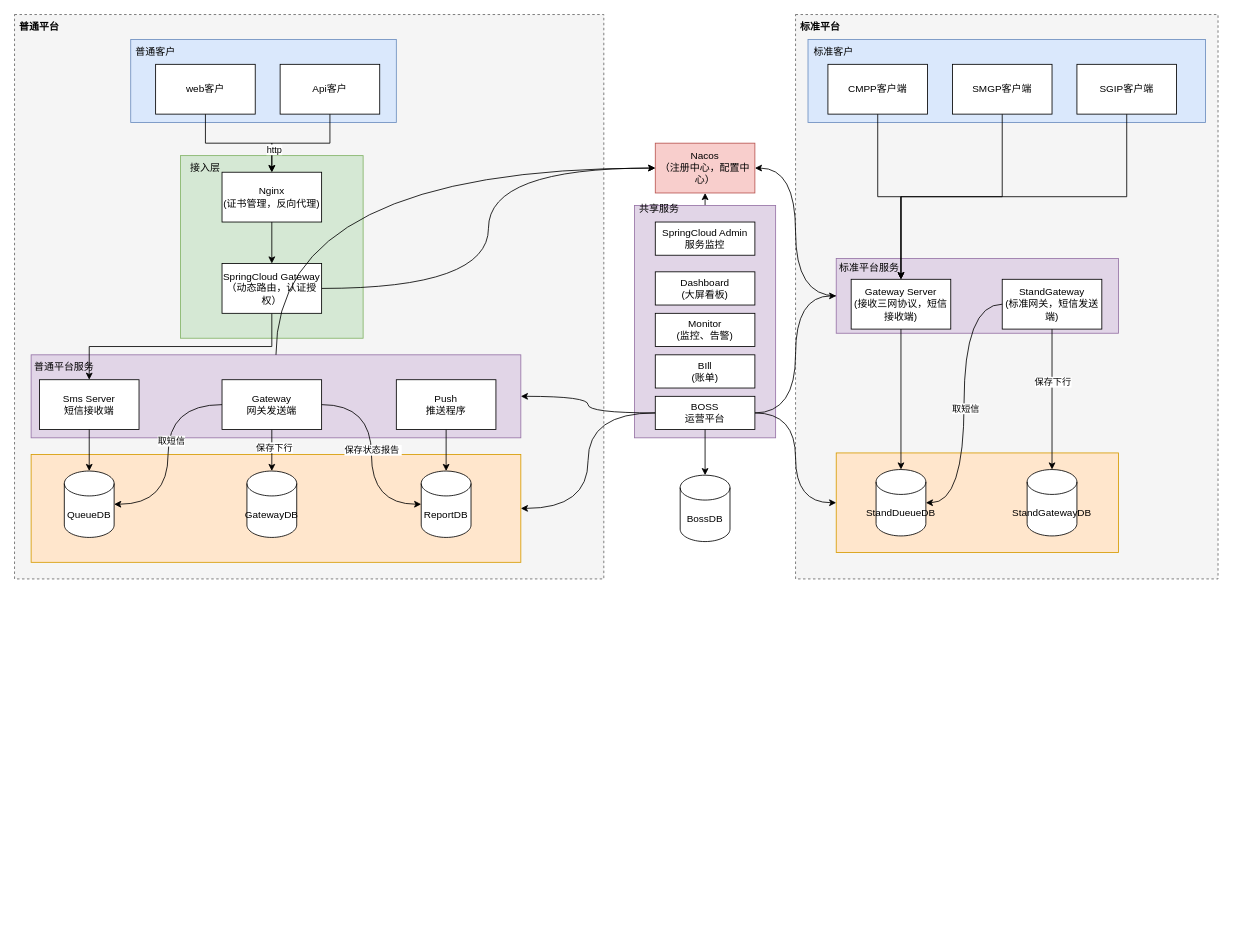
This is 秒信云平台架构.drawio from sinfar/draw, a draw.io file, before an edit. Source tidied: cells renumbered, new cells numbered last; positions are measured from the earlier drawing's top-left corner, leaving out a move shared by most shapes. Both pictures are drawn from the tidied source at 83%, with x=0, y=0 at pixel (14, 14).
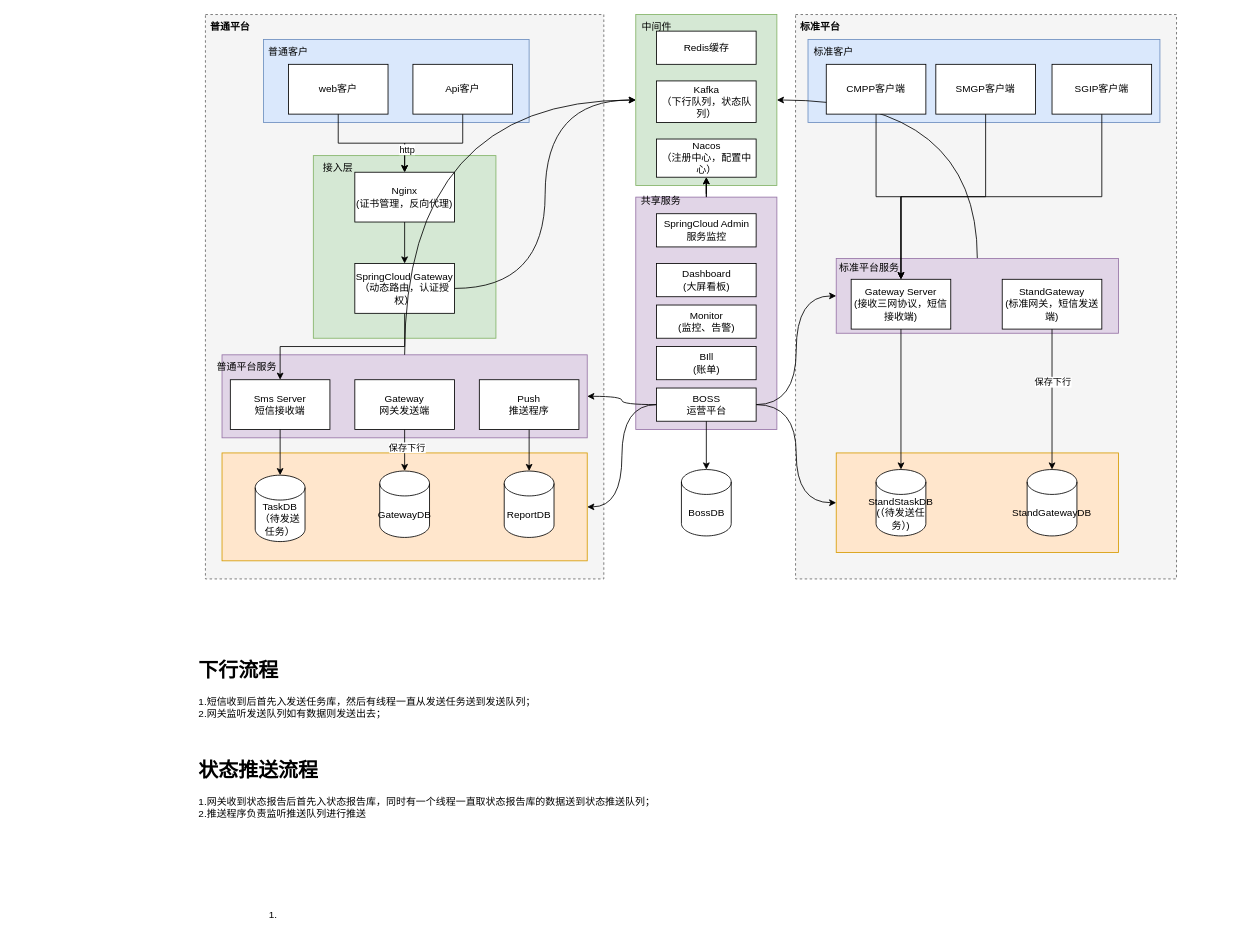
After the change.

Commit message (it also covers changes not shown here):
更新秒信云平台架构.drawio

The change refers to these unchanged cells:
```xml
<mxCell id="6" style="rounded=0;whiteSpace=wrap;html=1;fillColor=#e1d5e7;strokeColor=#9673a6;" parent="1" vertex="1">
  <mxGeometry x="990" y="294" width="340" height="90" as="geometry" />
</mxCell>
<mxCell id="64" value="StandGateway&lt;br&gt;(标准网关，短信发送端)" style="rounded=0;whiteSpace=wrap;html=1;" parent="1" vertex="1">
  <mxGeometry x="1190" y="319" width="120" height="60" as="geometry" />
</mxCell>
```

What changed in the source:
```diff
@@
+    <mxCell id="74" style="rounded=0;whiteSpace=wrap;html=1;fillColor=#d5e8d4;strokeColor=#82b366;" parent="1" vertex="1">
+      <mxGeometry x="748.5" width="170" height="206" as="geometry" />
+    </mxCell>
     <mxCell id="2" style="rounded=0;whiteSpace=wrap;html=1;fillColor=#f5f5f5;fontColor=#333333;strokeColor=#666666;dashed=1;" parent="1" vertex="1">
-      <mxGeometry x="941" width="509" height="680" as="geometry" />
+      <mxGeometry x="941" width="459" height="680" as="geometry" />
     </mxCell>
     <mxCell id="3" style="rounded=0;whiteSpace=wrap;html=1;fillColor=#dae8fc;strokeColor=#6c8ebf;" parent="1" vertex="1">
-      <mxGeometry x="956" y="30" width="479" height="100" as="geometry" />
+      <mxGeometry x="956" y="30" width="424" height="100" as="geometry" />
     </mxCell>
@@
-    <mxCell id="5" style="edgeStyle=orthogonalEdgeStyle;rounded=0;jettySize=auto;html=1;exitX=0;exitY=0.5;exitDx=0;exitDy=0;entryX=1;entryY=0.5;entryDx=0;entryDy=0;elbow=vertical;curved=1;" parent="1" edge="1" source="6" target="25">
-      <mxGeometry relative="1" as="geometry" />
-    </mxCell>
+    <mxCell id="75" style="edgeStyle=orthogonalEdgeStyle;rounded=0;jettySize=auto;html=1;exitX=0.5;exitY=0;exitDx=0;exitDy=0;entryX=1;entryY=0.5;entryDx=0;entryDy=0;elbow=vertical;curved=1;" parent="1" edge="1" source="6" target="74">
+      <mxGeometry relative="1" as="geometry" />
+    </mxCell>
@@
     <mxCell id="8" style="rounded=0;whiteSpace=wrap;html=1;fillColor=#e1d5e7;strokeColor=#9673a6;" parent="1" vertex="1">
-      <mxGeometry x="747" y="230" width="170" height="280" as="geometry" />
+      <mxGeometry x="748.5" y="220" width="170" height="280" as="geometry" />
     </mxCell>
     <mxCell id="9" style="rounded=0;whiteSpace=wrap;html=1;fillColor=#f5f5f5;fontColor=#333333;strokeColor=#666666;dashed=1;" parent="1" vertex="1">
-      <mxGeometry width="710" height="680" as="geometry" />
+      <mxGeometry x="230" width="480" height="680" as="geometry" />
     </mxCell>
     <mxCell id="10" style="rounded=0;whiteSpace=wrap;html=1;fillColor=#ffe6cc;strokeColor=#d79b00;" parent="1" vertex="1">
-      <mxGeometry x="20" y="530" width="590" height="130" as="geometry" />
+      <mxGeometry x="250" y="528.2" width="440" height="130" as="geometry" />
     </mxCell>
     <mxCell id="11" style="rounded=0;whiteSpace=wrap;html=1;fillColor=#e1d5e7;strokeColor=#9673a6;" parent="1" vertex="1">
-      <mxGeometry x="20" y="410" width="590" height="100" as="geometry" />
+      <mxGeometry x="250" y="410" width="440" height="100" as="geometry" />
     </mxCell>
     <mxCell id="12" style="rounded=0;whiteSpace=wrap;html=1;fillColor=#d5e8d4;strokeColor=#82b366;" parent="1" vertex="1">
-      <mxGeometry x="200" y="170" width="220" height="220" as="geometry" />
+      <mxGeometry x="360" y="170" width="220" height="220" as="geometry" />
     </mxCell>
     <mxCell id="13" style="rounded=0;whiteSpace=wrap;html=1;fillColor=#dae8fc;strokeColor=#6c8ebf;" parent="1" vertex="1">
-      <mxGeometry x="140" y="30" width="320" height="100" as="geometry" />
+      <mxGeometry x="300" y="30" width="320" height="100" as="geometry" />
     </mxCell>
@@
     <mxCell id="15" value="web客户" style="rounded=0;whiteSpace=wrap;html=1;" parent="1" vertex="1">
-      <mxGeometry x="170" y="60" width="120" height="60" as="geometry" />
+      <mxGeometry x="330" y="60" width="120" height="60" as="geometry" />
     </mxCell>
@@
     <mxCell id="18" value="Api客户" style="rounded=0;whiteSpace=wrap;html=1;" parent="1" vertex="1">
-      <mxGeometry x="320" y="60" width="120" height="60" as="geometry" />
+      <mxGeometry x="480" y="60" width="120" height="60" as="geometry" />
     </mxCell>
@@
     <mxCell id="20" value="Nginx&lt;br&gt;(证书管理，反向代理)" style="rounded=0;whiteSpace=wrap;html=1;" parent="1" vertex="1">
-      <mxGeometry x="250" y="190" width="120" height="60" as="geometry" />
+      <mxGeometry x="410" y="190" width="120" height="60" as="geometry" />
     </mxCell>
-    <mxCell id="21" style="edgeStyle=orthogonalEdgeStyle;rounded=0;jettySize=auto;html=1;exitX=1;exitY=0.5;exitDx=0;exitDy=0;entryX=0;entryY=0.5;entryDx=0;entryDy=0;elbow=vertical;curved=1;" parent="1" edge="1" source="23" target="25">
+    <mxCell id="21" style="edgeStyle=orthogonalEdgeStyle;rounded=0;jettySize=auto;html=1;exitX=1;exitY=0.5;exitDx=0;exitDy=0;entryX=0;entryY=0.5;entryDx=0;entryDy=0;elbow=vertical;curved=1;" parent="1" edge="1" source="23" target="74">
       <mxGeometry relative="1" as="geometry" />
     </mxCell>
@@
     <mxCell id="23" value="SpringCloud Gateway&lt;br&gt;（动态路由，认证授权）" style="rounded=0;whiteSpace=wrap;html=1;" parent="1" vertex="1">
-      <mxGeometry x="250" y="300" width="120" height="60" as="geometry" />
+      <mxGeometry x="410" y="300" width="120" height="60" as="geometry" />
     </mxCell>
     <mxCell id="24" value="Sms Server&lt;br&gt;短信接收端" style="rounded=0;whiteSpace=wrap;html=1;" parent="1" vertex="1">
-      <mxGeometry x="30" y="440" width="120" height="60" as="geometry" />
+      <mxGeometry x="260" y="440" width="120" height="60" as="geometry" />
     </mxCell>
-    <mxCell id="25" value="Nacos&lt;br&gt;（注册中心，配置中心）" style="rounded=0;whiteSpace=wrap;html=1;fillColor=#f8cecc;strokeColor=#b85450;" parent="1" vertex="1">
-      <mxGeometry x="772" y="155" width="120" height="60" as="geometry" />
+    <mxCell id="25" value="Nacos&lt;br&gt;（注册中心，配置中心）" style="rounded=0;whiteSpace=wrap;html=1;" parent="1" vertex="1">
+      <mxGeometry x="773.5" y="150" width="120" height="46" as="geometry" />
     </mxCell>
-    <mxCell id="26" value="QueueDB" style="shape=cylinder3;whiteSpace=wrap;html=1;boundedLbl=1;backgroundOutline=1;size=15;" parent="1" vertex="1">
-      <mxGeometry x="60" y="550" width="60" height="80" as="geometry" />
+    <mxCell id="26" value="TaskDB&lt;br&gt;（待发送任务）" style="shape=cylinder3;whiteSpace=wrap;html=1;boundedLbl=1;backgroundOutline=1;size=15;" parent="1" vertex="1">
+      <mxGeometry x="290" y="555" width="60" height="80" as="geometry" />
     </mxCell>
@@
     <mxCell id="30" value="Gateway&lt;br&gt;网关发送端" style="rounded=0;whiteSpace=wrap;html=1;" parent="1" vertex="1">
-      <mxGeometry x="250" y="440" width="120" height="60" as="geometry" />
+      <mxGeometry x="410" y="440" width="120" height="60" as="geometry" />
     </mxCell>
     <mxCell id="31" value="ReportDB" style="shape=cylinder3;whiteSpace=wrap;html=1;boundedLbl=1;backgroundOutline=1;size=15;" parent="1" vertex="1">
-      <mxGeometry x="490" y="550" width="60" height="80" as="geometry" />
+      <mxGeometry x="590" y="550" width="60" height="80" as="geometry" />
     </mxCell>
     <mxCell id="32" value="GatewayDB" style="shape=cylinder3;whiteSpace=wrap;html=1;boundedLbl=1;backgroundOutline=1;size=15;" parent="1" vertex="1">
-      <mxGeometry x="280" y="550" width="60" height="80" as="geometry" />
+      <mxGeometry x="440" y="550" width="60" height="80" as="geometry" />
     </mxCell>
     <mxCell id="33" value="BossDB" style="shape=cylinder3;whiteSpace=wrap;html=1;boundedLbl=1;backgroundOutline=1;size=15;" parent="1" vertex="1">
-      <mxGeometry x="802" y="555" width="60" height="80" as="geometry" />
+      <mxGeometry x="803.5" y="548.2" width="60" height="80" as="geometry" />
     </mxCell>
@@
     <mxCell id="35" value="Push&lt;br&gt;推送程序" style="rounded=0;whiteSpace=wrap;html=1;" parent="1" vertex="1">
-      <mxGeometry x="460" y="440" width="120" height="60" as="geometry" />
+      <mxGeometry x="560" y="440" width="120" height="60" as="geometry" />
     </mxCell>
     <mxCell id="36" value="普通客户" style="text;html=1;align=center;verticalAlign=middle;whiteSpace=wrap;rounded=0;" parent="1" vertex="1">
-      <mxGeometry x="140" y="30" width="60" height="30" as="geometry" />
+      <mxGeometry x="300" y="30" width="60" height="30" as="geometry" />
     </mxCell>
     <mxCell id="37" value="普通平台" style="text;html=1;align=center;verticalAlign=middle;whiteSpace=wrap;rounded=0;fontStyle=1;" parent="1" vertex="1">
-      <mxGeometry width="60" height="30" as="geometry" />
+      <mxGeometry x="230" width="60" height="30" as="geometry" />
     </mxCell>
@@
     <mxCell id="40" value="CMPP客户端" style="rounded=0;whiteSpace=wrap;html=1;" parent="1" vertex="1">
-      <mxGeometry x="980" y="60" width="120" height="60" as="geometry" />
+      <mxGeometry x="978" y="60" width="120" height="60" as="geometry" />
     </mxCell>
@@
     <mxCell id="42" value="SMGP客户端" style="rounded=0;whiteSpace=wrap;html=1;" parent="1" vertex="1">
-      <mxGeometry x="1130" y="60" width="120" height="60" as="geometry" />
+      <mxGeometry x="1110" y="60" width="120" height="60" as="geometry" />
     </mxCell>
@@
     <mxCell id="44" value="SGIP客户端" style="rounded=0;whiteSpace=wrap;html=1;" parent="1" vertex="1">
-      <mxGeometry x="1280" y="60" width="120" height="60" as="geometry" />
+      <mxGeometry x="1250" y="60" width="120" height="60" as="geometry" />
     </mxCell>
@@
     <mxCell id="50" value="BOSS&lt;br&gt;运营平台" style="rounded=0;whiteSpace=wrap;html=1;" parent="1" vertex="1">
-      <mxGeometry x="772" y="460" width="120" height="40" as="geometry" />
+      <mxGeometry x="773.5" y="450" width="120" height="40" as="geometry" />
     </mxCell>
     <mxCell id="51" value="Monitor&lt;br&gt;(监控、告警)" style="rounded=0;whiteSpace=wrap;html=1;" parent="1" vertex="1">
-      <mxGeometry x="772" y="360" width="120" height="40" as="geometry" />
+      <mxGeometry x="773.5" y="350" width="120" height="40" as="geometry" />
     </mxCell>
     <mxCell id="52" value="BIll&lt;br&gt;(账单)" style="rounded=0;whiteSpace=wrap;html=1;" parent="1" vertex="1">
-      <mxGeometry x="772" y="410" width="120" height="40" as="geometry" />
+      <mxGeometry x="773.5" y="400" width="120" height="40" as="geometry" />
     </mxCell>
     <mxCell id="53" value="Dashboard&lt;br&gt;(大屏看板)" style="rounded=0;whiteSpace=wrap;html=1;" parent="1" vertex="1">
-      <mxGeometry x="772" y="310" width="120" height="40" as="geometry" />
+      <mxGeometry x="773.5" y="300" width="120" height="40" as="geometry" />
     </mxCell>
     <mxCell id="54" value="接入层" style="text;html=1;align=center;verticalAlign=middle;whiteSpace=wrap;rounded=0;" parent="1" vertex="1">
-      <mxGeometry x="200" y="170" width="60" height="30" as="geometry" />
+      <mxGeometry x="360" y="170" width="60" height="30" as="geometry" />
     </mxCell>
-    <mxCell id="55" style="edgeStyle=orthogonalEdgeStyle;rounded=0;jettySize=auto;html=1;exitX=0;exitY=0.5;exitDx=0;exitDy=0;entryX=1;entryY=0.5;entryDx=0;entryDy=0;entryPerimeter=0;curved=1;" parent="1" edge="1" source="30" target="26">
-      <mxGeometry relative="1" as="geometry" />
-    </mxCell>
-    <mxCell id="56" value="取短信" style="edgeLabel;html=1;align=center;verticalAlign=middle;" parent="55" vertex="1">
-      <mxGeometry x="-0.14" y="3" relative="1" as="geometry" />
-    </mxCell>
-    <mxCell id="57" style="edgeStyle=orthogonalEdgeStyle;rounded=0;jettySize=auto;html=1;exitX=1;exitY=0.5;exitDx=0;exitDy=0;entryX=0;entryY=0.5;entryDx=0;entryDy=0;entryPerimeter=0;curved=1;" parent="1" edge="1" source="30" target="31">
-      <mxGeometry relative="1" as="geometry" />
-    </mxCell>
-    <mxCell id="58" value="保存状态报告&amp;nbsp;" style="edgeLabel;html=1;align=center;verticalAlign=middle;" parent="57" vertex="1">
-      <mxGeometry x="-0.05" y="1" relative="1" as="geometry" />
-    </mxCell>
     <mxCell id="59" value="共享服务" style="text;html=1;align=center;verticalAlign=middle;whiteSpace=wrap;rounded=0;" parent="1" vertex="1">
-      <mxGeometry x="747" y="220" width="60" height="30" as="geometry" />
+      <mxGeometry x="748.5" y="210" width="60" height="30" as="geometry" />
     </mxCell>
     <mxCell id="60" value="普通平台服务" style="text;html=1;align=center;verticalAlign=middle;whiteSpace=wrap;rounded=0;" parent="1" vertex="1">
-      <mxGeometry x="10" y="410" width="100" height="30" as="geometry" />
+      <mxGeometry x="230" y="410" width="100" height="30" as="geometry" />
     </mxCell>
@@
-    <mxCell id="62" style="edgeStyle=orthogonalEdgeStyle;rounded=0;jettySize=auto;html=1;exitX=0.5;exitY=0;exitDx=0;exitDy=0;entryX=0;entryY=0.5;entryDx=0;entryDy=0;elbow=vertical;curved=1;" parent="1" edge="1" source="11" target="25">
-      <mxGeometry relative="1" as="geometry" />
-    </mxCell>
+    <mxCell id="76" style="edgeStyle=orthogonalEdgeStyle;rounded=0;jettySize=auto;html=1;exitX=0.5;exitY=0;exitDx=0;exitDy=0;" parent="1" edge="1" source="8" target="25">
+      <mxGeometry relative="1" as="geometry" />
+    </mxCell>
     <mxCell id="63" value="SpringCloud Admin&lt;br&gt;服务监控" style="rounded=0;whiteSpace=wrap;html=1;" parent="1" vertex="1">
-      <mxGeometry x="772" y="250" width="120" height="40" as="geometry" />
+      <mxGeometry x="773.5" y="240" width="120" height="40" as="geometry" />
     </mxCell>
@@
-    <mxCell id="65" value="StandDueueDB" style="shape=cylinder3;whiteSpace=wrap;html=1;boundedLbl=1;backgroundOutline=1;size=15;" parent="1" vertex="1">
+    <mxCell id="65" value="StandStaskDB&lt;br&gt;(（待发送任务）)" style="shape=cylinder3;whiteSpace=wrap;html=1;boundedLbl=1;backgroundOutline=1;size=15;" parent="1" vertex="1">
       <mxGeometry x="1038" y="548.2" width="60" height="80" as="geometry" />
     </mxCell>
@@
-    <mxCell id="70" style="edgeStyle=orthogonalEdgeStyle;rounded=0;jettySize=auto;html=1;exitX=0;exitY=0.5;exitDx=0;exitDy=0;entryX=1;entryY=0.5;entryDx=0;entryDy=0;entryPerimeter=0;curved=1;" parent="1" edge="1" source="64" target="65">
-      <mxGeometry relative="1" as="geometry" />
-    </mxCell>
-    <mxCell id="71" value="取短信" style="edgeLabel;html=1;align=center;verticalAlign=middle;" parent="70" vertex="1">
-      <mxGeometry x="0.03" y="1" relative="1" as="geometry" />
-    </mxCell>
@@
+    <mxCell id="77" value="Kafka&lt;br&gt;（下行队列，状态队列）" style="rounded=0;whiteSpace=wrap;html=1;" parent="1" vertex="1">
+      <mxGeometry x="773.5" y="80" width="120" height="50" as="geometry" />
+    </mxCell>
+    <mxCell id="78" value="Redis缓存" style="rounded=0;whiteSpace=wrap;html=1;" parent="1" vertex="1">
+      <mxGeometry x="773.5" y="20" width="120" height="40" as="geometry" />
+    </mxCell>
+    <mxCell id="79" value="中间件" style="text;html=1;align=center;verticalAlign=middle;whiteSpace=wrap;rounded=0;" parent="1" vertex="1">
+      <mxGeometry x="743.5" width="60" height="30" as="geometry" />
+    </mxCell>
+    <mxCell id="80" style="edgeStyle=orthogonalEdgeStyle;rounded=0;jettySize=auto;html=1;exitX=0.5;exitY=0;exitDx=0;exitDy=0;entryX=0;entryY=0.5;entryDx=0;entryDy=0;curved=1;" parent="1" edge="1" source="11" target="74">
+      <mxGeometry relative="1" as="geometry" />
+    </mxCell>
+    <mxCell id="81" value="&lt;ol&gt;&lt;li&gt;&lt;br&gt;&lt;/li&gt;&lt;/ol&gt;" style="text;html=1;align=center;verticalAlign=middle;whiteSpace=wrap;rounded=0;" parent="1" vertex="1">
+      <mxGeometry x="50" y="1070" width="500" height="30" as="geometry" />
+    </mxCell>
+    <mxCell id="82" value="&lt;h1 style=&quot;margin-top: 0px;&quot;&gt;下行流程&lt;/h1&gt;&lt;p&gt;1.&lt;span style=&quot;text-align: center; background-color: initial;&quot;&gt;短信收到后首先入发送任务库，然后有线程一直从发送任&lt;/span&gt;&lt;span style=&quot;text-align: center; background-color: initial;&quot;&gt;务送到发送队列；&lt;br&gt;&lt;/span&gt;&lt;span style=&quot;text-align: center;&quot;&gt;2.网关监听发送队列如有数据则发送出去；&lt;/span&gt;&lt;span style=&quot;text-align: center; background-color: initial;&quot;&gt;&lt;br&gt;&lt;/span&gt;&lt;/p&gt;&lt;p&gt;&lt;span style=&quot;text-align: center; background-color: initial;&quot;&gt;&lt;br&gt;&lt;/span&gt;&lt;/p&gt;" style="text;html=1;whiteSpace=wrap;overflow=hidden;rounded=0;" parent="1" vertex="1">
+      <mxGeometry x="220" y="770" width="440" height="120" as="geometry" />
+    </mxCell>
+    <mxCell id="83" value="&lt;h1 style=&quot;margin-top: 0px;&quot;&gt;状态推送流程&lt;/h1&gt;&lt;p&gt;1.&lt;span style=&quot;text-align: center; background-color: initial;&quot;&gt;网关收到状态报告后首先入状态报告库，同时有一个线程一直取状态报告库的数据送到状态推送队列；&lt;br&gt;&lt;/span&gt;&lt;span style=&quot;text-align: center; background-color: initial;&quot;&gt;2.推送程序负责监听推送队列进行推送&lt;/span&gt;&lt;/p&gt;&lt;p&gt;&lt;span style=&quot;text-align: center; background-color: initial;&quot;&gt;&lt;br&gt;&lt;/span&gt;&lt;/p&gt;" style="text;html=1;whiteSpace=wrap;overflow=hidden;rounded=0;" parent="1" vertex="1">
+      <mxGeometry x="220" y="890" width="580" height="100" as="geometry" />
+    </mxCell>
```
